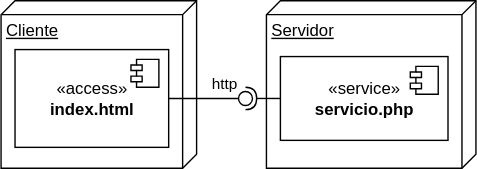
Above: docs/img/m02servicio/serviciodistribucion.drawio.svg in gilpgawoas/gilpgawoas.github.io (draw.io), before the change. Source tidied: cells renumbered, new cells last; positions are measured from the earlier drawing's top-left corner, leaving out a move shared by most shapes.
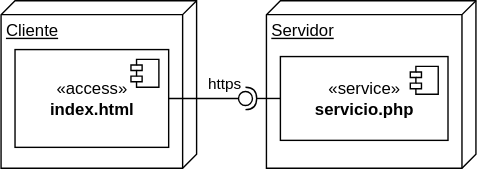
Above is the later version.

Diff of the diagram source:
```diff
@@ -24,7 +24,7 @@
         <mxPoint x="-27" y="7" as="offset" />
       </mxGeometry>
     </mxCell>
-    <mxCell id="8" value="http" style="rounded=0;jettySize=auto;html=1;endArrow=none;endFill=0;sketch=0;sourcePerimeterSpacing=0;targetPerimeterSpacing=0;exitX=1;exitY=0.5;exitDx=0;exitDy=0;" parent="1" edge="1" source="3" target="10">
+    <mxCell id="8" value="https" style="rounded=0;jettySize=auto;html=1;endArrow=none;endFill=0;sketch=0;sourcePerimeterSpacing=0;targetPerimeterSpacing=0;exitX=1;exitY=0.5;exitDx=0;exitDy=0;" parent="1" edge="1" source="3" target="10">
       <mxGeometry x="0.6" y="10" relative="1" as="geometry" />
     </mxCell>
     <mxCell id="9" style="rounded=0;jettySize=auto;html=1;endArrow=halfCircle;endFill=0;entryX=0.5;entryY=0.5;endSize=6;strokeWidth=1;sketch=0;exitX=0;exitY=0.5;exitDx=0;exitDy=0;" parent="1" edge="1" source="6" target="10">
```
